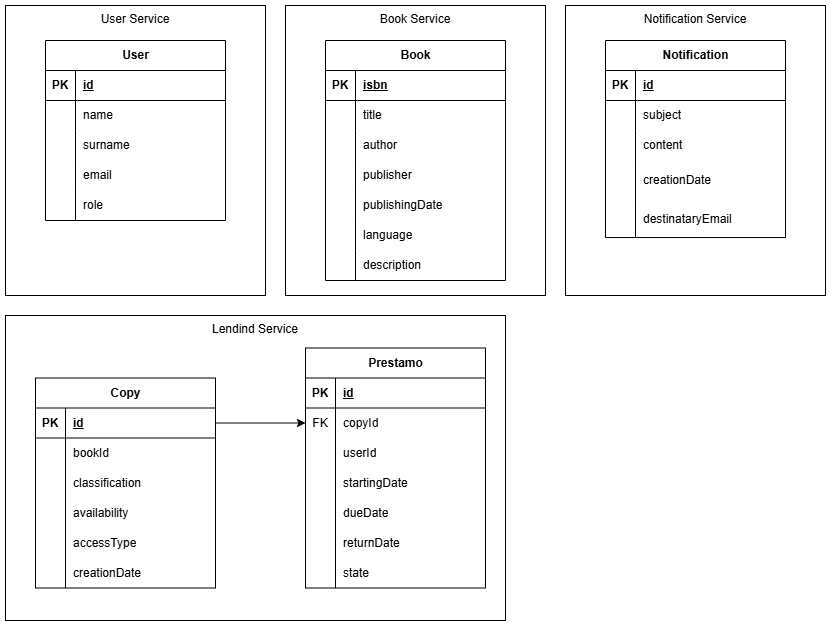
JavierGHDev/library-microservices keeps this draw.io diagram as Docs/entities.drawio.png. Above is the earlier version. Source tidied: cells renumbered, new cells last; positions are measured from the earlier drawing's top-left corner, leaving out a move shared by most shapes.
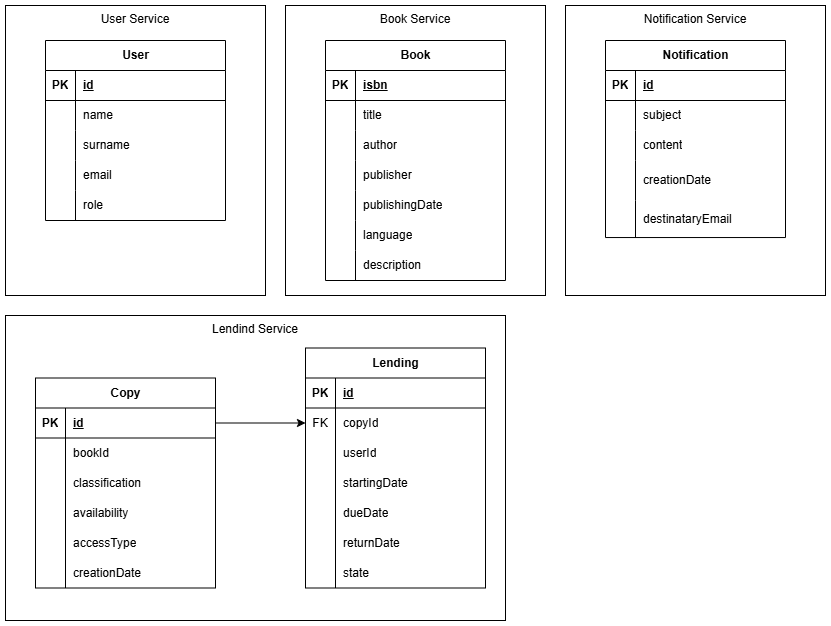
After the commit.

Change to the diagram source:
```diff
@@ -65,7 +65,7 @@
     <mxCell id="22" value="creationDate" style="shape=partialRectangle;fillColor=none;top=0;left=0;bottom=0;right=0;align=left;spacingLeft=6;overflow=hidden;whiteSpace=wrap;html=1;" parent="20" vertex="1">
       <mxGeometry x="30" width="150" height="30" as="geometry" />
     </mxCell>
-    <mxCell id="23" value="Prestamo" style="shape=table;startSize=30;rowLines=0;fontStyle=1;align=center;html=1;" parent="2" vertex="1">
+    <mxCell id="23" value="Lending" style="shape=table;startSize=30;rowLines=0;fontStyle=1;align=center;html=1;" parent="2" vertex="1">
       <mxGeometry x="300" y="32.5" width="180" height="240" as="geometry" />
     </mxCell>
     <mxCell id="24" style="shape=tableRow;horizontal=0;startSize=0;swimlaneHead=0;swimlaneBody=0;fillColor=none;top=0;left=0;right=0;bottom=1;" parent="23" vertex="1">
```
